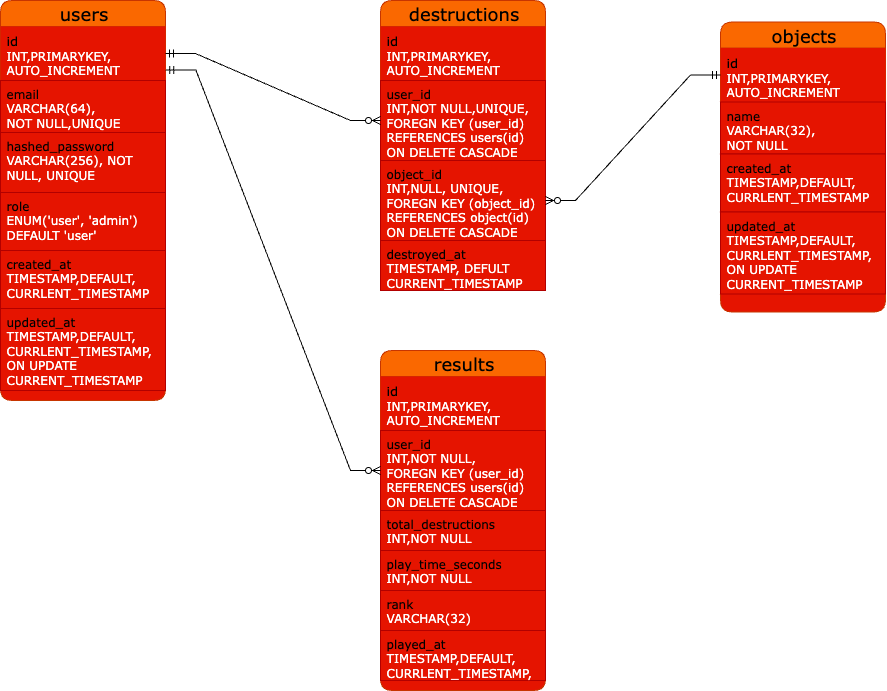
Earlier version of the draw.io export MyApp_ER図.drawio.png (KS-you/MyApp-BanBanSmash). Source tidied: cells renumbered, new cells last; positions are measured from the earlier drawing's top-left corner, leaving out a move shared by most shapes.
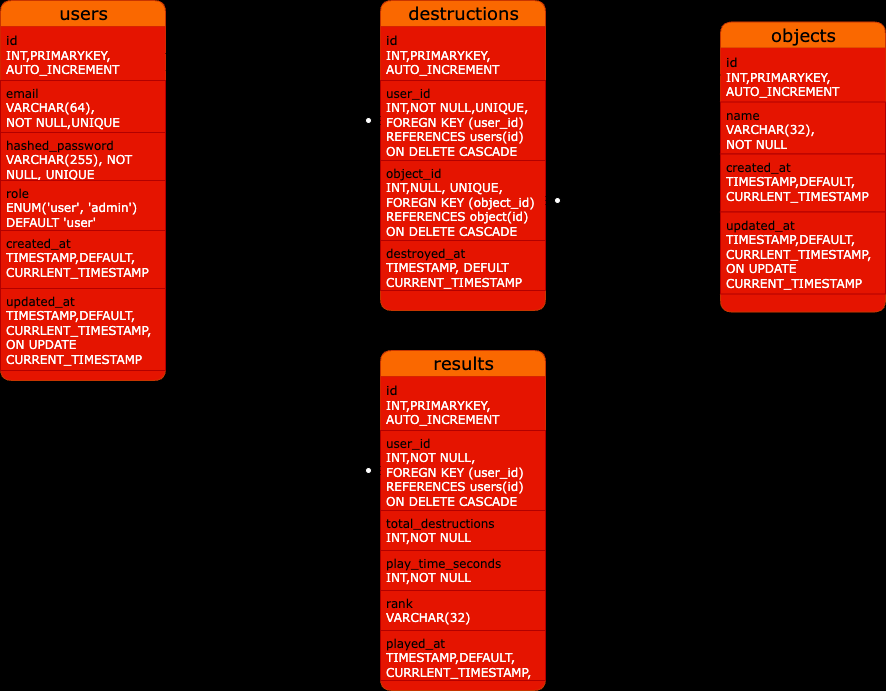
After the change.

Change to the diagram source:
```diff
@@ -3,45 +3,45 @@
     <mxCell id="0" />
     <mxCell id="1" parent="0" />
     <mxCell id="2" value="&lt;font style=&quot;font-size: 18px;&quot;&gt;users&lt;/font&gt;" style="swimlane;html=1;fontStyle=0;horizontal=1;startSize=26;swimlaneFillColor=#E51400;align=center;rounded=1;shadow=0;comic=0;labelBackgroundColor=none;strokeWidth=1;fontFamily=Verdana;fontSize=12;fillColor=light-dark(#FA6800,#1429C9);fontColor=#000000;strokeColor=#C73500;" parent="1" vertex="1">
-      <mxGeometry width="165" height="400" as="geometry" />
+      <mxGeometry width="165" height="380" as="geometry" />
     </mxCell>
-    <mxCell id="3" value="&lt;font style=&quot;font-size: 13px; color: light-dark(rgb(0, 0, 0), rgb(0, 0, 0));&quot;&gt;id　&lt;/font&gt;&lt;div&gt;INT,PRIMARYKEY,&lt;/div&gt;&lt;div&gt;AUTO_INCREMENT&lt;/div&gt;" style="text;html=1;strokeColor=none;fillColor=light-dark(#e51400, #c5c01b);spacingLeft=4;spacingRight=4;whiteSpace=wrap;overflow=hidden;points=[[0,0.5],[1,0.5]];portConstraint=eastwest;rounded=0;labelBackgroundColor=none;fontColor=#ffffff;fontFamily=Verdana;" parent="2" vertex="1">
+    <mxCell id="3" value="&lt;font style=&quot;font-size: 13px; color: light-dark(rgb(0, 0, 0), rgb(0, 0, 0));&quot;&gt;id　&lt;/font&gt;&lt;div&gt;&lt;font color=&quot;#ffffff&quot;&gt;INT,PRIMARYKEY,&lt;/font&gt;&lt;/div&gt;&lt;div&gt;&lt;font color=&quot;#ffffff&quot;&gt;AUTO_INCREMENT&lt;/font&gt;&lt;/div&gt;" style="text;html=1;strokeColor=none;fillColor=light-dark(#e51400, #c5c01b);spacingLeft=4;spacingRight=4;whiteSpace=wrap;overflow=hidden;points=[[0,0.5],[1,0.5]];portConstraint=eastwest;rounded=0;labelBackgroundColor=none;fontColor=#ffffff;fontFamily=Verdana;" parent="2" vertex="1">
       <mxGeometry y="26" width="165" height="54" as="geometry" />
     </mxCell>
-    <mxCell id="4" value="&lt;span style=&quot;background-color: rgb(229, 20, 0);&quot;&gt;&lt;font style=&quot;color: rgb(1, 1, 1);&quot;&gt;email&lt;br&gt;&lt;/font&gt;&lt;/span&gt;VARCHAR(64),&lt;div&gt;NOT NULL,UNIQUE&lt;/div&gt;" style="text;html=1;strokeColor=#B20000;fillColor=#e51400;spacingLeft=4;spacingRight=4;whiteSpace=wrap;overflow=hidden;rounded=0;labelBackgroundColor=none;fontColor=#ffffff;fontFamily=Verdana;" parent="2" vertex="1">
+    <mxCell id="4" value="&lt;span style=&quot;background-color: rgb(229, 20, 0);&quot;&gt;&lt;font style=&quot;color: rgb(1, 1, 1);&quot;&gt;email&lt;br&gt;&lt;/font&gt;&lt;/span&gt;VARCHAR(64),&lt;div&gt;&lt;font color=&quot;#ffffff&quot;&gt;NOT NULL,UNIQUE&lt;/font&gt;&lt;/div&gt;" style="text;html=1;strokeColor=#B20000;fillColor=#e51400;spacingLeft=4;spacingRight=4;whiteSpace=wrap;overflow=hidden;rounded=0;labelBackgroundColor=none;fontColor=#ffffff;fontFamily=Verdana;" parent="2" vertex="1">
       <mxGeometry y="80" width="165" height="52" as="geometry" />
     </mxCell>
-    <mxCell id="5" value="&lt;font style=&quot;color: rgb(1, 1, 1);&quot;&gt;hashed_password&lt;/font&gt;&lt;br&gt;&lt;div&gt;VARCHAR(256), NOT NULL, UNIQUE&lt;/div&gt;" style="text;html=1;strokeColor=#B20000;fillColor=#e51400;spacingLeft=4;spacingRight=4;whiteSpace=wrap;overflow=hidden;rounded=0;labelBackgroundColor=none;fontColor=#ffffff;fontFamily=Verdana;" parent="2" vertex="1">
-      <mxGeometry y="132" width="165" height="60" as="geometry" />
+    <mxCell id="5" value="&lt;font style=&quot;color: rgb(1, 1, 1);&quot;&gt;hashed_password&lt;/font&gt;&lt;br&gt;&lt;div&gt;&lt;font color=&quot;#ffffff&quot;&gt;VARCHAR(255), NOT NULL, UNIQUE&lt;/font&gt;&lt;/div&gt;" style="text;html=1;strokeColor=#B20000;fillColor=#e51400;spacingLeft=4;spacingRight=4;whiteSpace=wrap;overflow=hidden;rounded=0;labelBackgroundColor=none;fontColor=#ffffff;fontFamily=Verdana;" parent="2" vertex="1">
+      <mxGeometry y="132" width="165" height="48" as="geometry" />
     </mxCell>
-    <mxCell id="6" value="&lt;font style=&quot;color: rgb(1, 1, 1);&quot;&gt;role&lt;/font&gt;&amp;nbsp;&lt;div&gt;ENUM('user', 'admin')&lt;/div&gt;&lt;div&gt;DEFAULT 'user'&lt;/div&gt;" style="text;html=1;strokeColor=#B20000;fillColor=#e51400;spacingLeft=4;spacingRight=4;whiteSpace=wrap;overflow=hidden;rounded=0;labelBackgroundColor=none;fontColor=#ffffff;fontFamily=Verdana;" parent="2" vertex="1">
-      <mxGeometry y="192" width="165" height="58" as="geometry" />
+    <mxCell id="6" value="&lt;font style=&quot;color: rgb(1, 1, 1);&quot;&gt;role&lt;/font&gt;&amp;nbsp;&lt;div&gt;&lt;font color=&quot;#ffffff&quot;&gt;ENUM('user', 'admin')&lt;/font&gt;&lt;/div&gt;&lt;div&gt;&lt;font color=&quot;#ffffff&quot;&gt;DEFAULT 'user'&lt;/font&gt;&lt;/div&gt;" style="text;html=1;strokeColor=#B20000;fillColor=#e51400;spacingLeft=4;spacingRight=4;whiteSpace=wrap;overflow=hidden;rounded=0;labelBackgroundColor=none;fontColor=#ffffff;fontFamily=Verdana;" parent="2" vertex="1">
+      <mxGeometry y="180" width="165" height="50" as="geometry" />
     </mxCell>
-    <mxCell id="7" value="&lt;font color=&quot;#010101&quot;&gt;created_at&lt;/font&gt;&lt;br&gt;&lt;div&gt;TIMESTAMP,DEFAULT,&lt;/div&gt;&lt;div&gt;CURRLENT_TIMESTAMP&lt;/div&gt;" style="text;html=1;strokeColor=#B20000;fillColor=#e51400;spacingLeft=4;spacingRight=4;whiteSpace=wrap;overflow=hidden;rounded=0;labelBackgroundColor=none;fontColor=#ffffff;fontFamily=Verdana;" parent="2" vertex="1">
-      <mxGeometry y="250" width="165" height="58" as="geometry" />
+    <mxCell id="7" value="&lt;font color=&quot;#010101&quot;&gt;created_at&lt;/font&gt;&lt;br&gt;&lt;div&gt;&lt;font color=&quot;#ffffff&quot;&gt;TIMESTAMP,DEFAULT,&lt;/font&gt;&lt;/div&gt;&lt;div&gt;&lt;font color=&quot;#ffffff&quot;&gt;CURRLENT_TIMESTAMP&lt;/font&gt;&lt;/div&gt;" style="text;html=1;strokeColor=#B20000;fillColor=#e51400;spacingLeft=4;spacingRight=4;whiteSpace=wrap;overflow=hidden;rounded=0;labelBackgroundColor=none;fontColor=#ffffff;fontFamily=Verdana;" parent="2" vertex="1">
+      <mxGeometry y="230" width="165" height="58" as="geometry" />
     </mxCell>
-    <mxCell id="8" value="&lt;font color=&quot;#010101&quot;&gt;updated_at&lt;/font&gt;&lt;br&gt;&lt;div&gt;TIMESTAMP,DEFAULT,&lt;/div&gt;&lt;div&gt;CURRLENT_TIMESTAMP,&lt;/div&gt;&lt;div&gt;ON UPDATE&lt;/div&gt;&lt;div&gt;CURRENT_TIMESTAMP&lt;/div&gt;" style="text;html=1;strokeColor=#B20000;fillColor=#e51400;spacingLeft=4;spacingRight=4;whiteSpace=wrap;overflow=hidden;rounded=0;labelBackgroundColor=none;fontColor=#ffffff;fontFamily=Verdana;" parent="2" vertex="1">
-      <mxGeometry y="308" width="165" height="82" as="geometry" />
+    <mxCell id="8" value="&lt;font color=&quot;#010101&quot;&gt;updated_at&lt;/font&gt;&lt;br&gt;&lt;div&gt;&lt;font color=&quot;#ffffff&quot;&gt;TIMESTAMP,DEFAULT,&lt;/font&gt;&lt;/div&gt;&lt;div&gt;&lt;font color=&quot;#ffffff&quot;&gt;CURRLENT_TIMESTAMP,&lt;/font&gt;&lt;/div&gt;&lt;div&gt;&lt;font color=&quot;#ffffff&quot;&gt;ON UPDATE&lt;/font&gt;&lt;/div&gt;&lt;div&gt;&lt;font color=&quot;#ffffff&quot;&gt;CURRENT_TIMESTAMP&lt;/font&gt;&lt;/div&gt;" style="text;html=1;strokeColor=#B20000;fillColor=#e51400;spacingLeft=4;spacingRight=4;whiteSpace=wrap;overflow=hidden;rounded=0;labelBackgroundColor=none;fontColor=#ffffff;fontFamily=Verdana;" parent="2" vertex="1">
+      <mxGeometry y="288" width="165" height="82" as="geometry" />
     </mxCell>
     <mxCell id="9" value="&lt;font style=&quot;font-size: 18px;&quot;&gt;objects&lt;/font&gt;" style="swimlane;html=1;fontStyle=0;horizontal=1;startSize=26;swimlaneFillColor=#E51400;align=center;rounded=1;shadow=0;comic=0;labelBackgroundColor=none;strokeWidth=1;fontFamily=Verdana;fontSize=12;fillColor=light-dark(#FA6800,#1429C9);fontColor=#000000;strokeColor=#C73500;" parent="1" vertex="1">
       <mxGeometry x="720" y="21.5" width="165" height="290" as="geometry" />
     </mxCell>
-    <mxCell id="10" value="&lt;font style=&quot;font-size: 13px; color: light-dark(rgb(0, 0, 0), rgb(0, 0, 0));&quot;&gt;id　&lt;/font&gt;&lt;div&gt;INT,PRIMARYKEY,&lt;/div&gt;&lt;div&gt;AUTO_INCREMENT&lt;/div&gt;" style="text;html=1;strokeColor=none;fillColor=light-dark(#e51400, #c5c01b);spacingLeft=4;spacingRight=4;whiteSpace=wrap;overflow=hidden;points=[[0,0.5],[1,0.5]];portConstraint=eastwest;rounded=0;labelBackgroundColor=none;fontColor=#ffffff;fontFamily=Verdana;" parent="9" vertex="1">
+    <mxCell id="10" value="&lt;font style=&quot;font-size: 13px; color: light-dark(rgb(0, 0, 0), rgb(0, 0, 0));&quot;&gt;id　&lt;/font&gt;&lt;div&gt;&lt;font color=&quot;#ffffff&quot;&gt;INT,PRIMARYKEY,&lt;/font&gt;&lt;/div&gt;&lt;div&gt;&lt;font color=&quot;#ffffff&quot;&gt;AUTO_INCREMENT&lt;/font&gt;&lt;/div&gt;" style="text;html=1;strokeColor=none;fillColor=light-dark(#e51400, #c5c01b);spacingLeft=4;spacingRight=4;whiteSpace=wrap;overflow=hidden;points=[[0,0.5],[1,0.5]];portConstraint=eastwest;rounded=0;labelBackgroundColor=none;fontColor=#ffffff;fontFamily=Verdana;" parent="9" vertex="1">
       <mxGeometry y="26" width="165" height="54" as="geometry" />
     </mxCell>
     <mxCell id="11" value="&lt;font color=&quot;#010101&quot;&gt;&lt;span style=&quot;background-color: rgb(229, 20, 0);&quot;&gt;name&lt;/span&gt;&lt;/font&gt;&lt;div&gt;&lt;span style=&quot;background-color: rgb(229, 20, 0);&quot;&gt;&lt;font style=&quot;color: rgb(255, 255, 255);&quot;&gt;VARCHAR(32),&lt;/font&gt;&lt;/span&gt;&lt;/div&gt;&lt;div&gt;&lt;span style=&quot;background-color: rgb(229, 20, 0);&quot;&gt;&lt;font style=&quot;color: rgb(255, 255, 255);&quot;&gt;NOT NULL&lt;/font&gt;&lt;/span&gt;&lt;/div&gt;" style="text;html=1;strokeColor=#B20000;fillColor=#e51400;spacingLeft=4;spacingRight=4;whiteSpace=wrap;overflow=hidden;rounded=0;labelBackgroundColor=none;fontColor=#ffffff;fontFamily=Verdana;" parent="9" vertex="1">
       <mxGeometry y="80" width="165" height="52" as="geometry" />
     </mxCell>
-    <mxCell id="12" value="&lt;font color=&quot;#010101&quot;&gt;created_at&lt;/font&gt;&lt;br&gt;&lt;div&gt;TIMESTAMP,DEFAULT,&lt;/div&gt;&lt;div&gt;CURRLENT_TIMESTAMP&lt;/div&gt;" style="text;html=1;strokeColor=#B20000;fillColor=#e51400;spacingLeft=4;spacingRight=4;whiteSpace=wrap;overflow=hidden;rounded=0;labelBackgroundColor=none;fontColor=#ffffff;fontFamily=Verdana;" parent="9" vertex="1">
+    <mxCell id="12" value="&lt;font color=&quot;#010101&quot;&gt;created_at&lt;/font&gt;&lt;br&gt;&lt;div&gt;&lt;font color=&quot;#ffffff&quot;&gt;TIMESTAMP,DEFAULT,&lt;/font&gt;&lt;/div&gt;&lt;div&gt;&lt;font color=&quot;#ffffff&quot;&gt;CURRLENT_TIMESTAMP&lt;/font&gt;&lt;/div&gt;" style="text;html=1;strokeColor=#B20000;fillColor=#e51400;spacingLeft=4;spacingRight=4;whiteSpace=wrap;overflow=hidden;rounded=0;labelBackgroundColor=none;fontColor=#ffffff;fontFamily=Verdana;" parent="9" vertex="1">
       <mxGeometry y="132" width="165" height="58" as="geometry" />
     </mxCell>
-    <mxCell id="13" value="&lt;font color=&quot;#010101&quot;&gt;updated_at&lt;/font&gt;&lt;br&gt;&lt;div&gt;TIMESTAMP,DEFAULT,&lt;/div&gt;&lt;div&gt;CURRLENT_TIMESTAMP,&lt;/div&gt;&lt;div&gt;ON UPDATE&lt;/div&gt;&lt;div&gt;CURRENT_TIMESTAMP&lt;/div&gt;" style="text;html=1;strokeColor=#B20000;fillColor=#e51400;spacingLeft=4;spacingRight=4;whiteSpace=wrap;overflow=hidden;rounded=0;labelBackgroundColor=none;fontColor=#ffffff;fontFamily=Verdana;" parent="9" vertex="1">
+    <mxCell id="13" value="&lt;font color=&quot;#010101&quot;&gt;updated_at&lt;/font&gt;&lt;br&gt;&lt;div&gt;&lt;font color=&quot;#ffffff&quot;&gt;TIMESTAMP,DEFAULT,&lt;/font&gt;&lt;/div&gt;&lt;div&gt;&lt;font color=&quot;#ffffff&quot;&gt;CURRLENT_TIMESTAMP,&lt;/font&gt;&lt;/div&gt;&lt;div&gt;&lt;font color=&quot;#ffffff&quot;&gt;ON UPDATE&lt;/font&gt;&lt;/div&gt;&lt;div&gt;&lt;font color=&quot;#ffffff&quot;&gt;CURRENT_TIMESTAMP&lt;/font&gt;&lt;/div&gt;" style="text;html=1;strokeColor=#B20000;fillColor=#e51400;spacingLeft=4;spacingRight=4;whiteSpace=wrap;overflow=hidden;rounded=0;labelBackgroundColor=none;fontColor=#ffffff;fontFamily=Verdana;" parent="9" vertex="1">
       <mxGeometry y="190" width="165" height="82" as="geometry" />
     </mxCell>
     <mxCell id="14" value="&lt;span style=&quot;font-size: 18px;&quot;&gt;destructions&lt;/span&gt;" style="swimlane;html=1;fontStyle=0;horizontal=1;startSize=26;swimlaneFillColor=#E51400;align=center;rounded=1;shadow=0;comic=0;labelBackgroundColor=none;strokeWidth=1;fontFamily=Verdana;fontSize=12;fillColor=light-dark(#FA6800,#1429C9);fontColor=#000000;strokeColor=#C73500;" parent="1" vertex="1">
-      <mxGeometry x="380" width="165" height="290" as="geometry" />
+      <mxGeometry x="380" width="165" height="310" as="geometry" />
     </mxCell>
-    <mxCell id="15" value="&lt;font style=&quot;font-size: 13px; color: light-dark(rgb(0, 0, 0), rgb(0, 0, 0));&quot;&gt;id　&lt;/font&gt;&lt;div&gt;INT,PRIMARYKEY,&lt;/div&gt;&lt;div&gt;AUTO_INCREMENT&lt;/div&gt;" style="text;html=1;strokeColor=none;fillColor=light-dark(#e51400, #c5c01b);spacingLeft=4;spacingRight=4;whiteSpace=wrap;overflow=hidden;rounded=0;labelBackgroundColor=none;fontColor=#ffffff;fontFamily=Verdana;" parent="14" vertex="1">
+    <mxCell id="15" value="&lt;font style=&quot;font-size: 13px; color: light-dark(rgb(0, 0, 0), rgb(0, 0, 0));&quot;&gt;id　&lt;/font&gt;&lt;div&gt;&lt;font color=&quot;#ffffff&quot;&gt;INT,PRIMARYKEY,&lt;/font&gt;&lt;/div&gt;&lt;div&gt;&lt;font color=&quot;#ffffff&quot;&gt;AUTO_INCREMENT&lt;/font&gt;&lt;/div&gt;" style="text;html=1;strokeColor=none;fillColor=light-dark(#e51400, #c5c01b);spacingLeft=4;spacingRight=4;whiteSpace=wrap;overflow=hidden;rounded=0;labelBackgroundColor=none;fontColor=#ffffff;fontFamily=Verdana;" parent="14" vertex="1">
       <mxGeometry y="26" width="165" height="54" as="geometry" />
     </mxCell>
     <mxCell id="16" value="&lt;span style=&quot;background-color: rgb(229, 20, 0);&quot;&gt;&lt;font style=&quot;color: rgb(1, 1, 1);&quot;&gt;user_id&lt;br&gt;&lt;/font&gt;&lt;/span&gt;&lt;span style=&quot;background-color: transparent; color: light-dark(rgb(255, 255, 255), rgb(18, 18, 18));&quot;&gt;INT,NOT NULL,UNIQUE,&lt;/span&gt;&lt;div&gt;&lt;div&gt;&lt;span style=&quot;background-color: transparent;&quot;&gt;&lt;font style=&quot;color: rgb(255, 255, 255);&quot;&gt;FOREGN KEY (user_id)&lt;/font&gt;&lt;/span&gt;&lt;/div&gt;&lt;div&gt;&lt;span style=&quot;background-color: transparent;&quot;&gt;&lt;font style=&quot;color: rgb(255, 255, 255);&quot;&gt;REFERENCES users(id)&lt;/font&gt;&lt;/span&gt;&lt;/div&gt;&lt;div&gt;&lt;span style=&quot;background-color: transparent;&quot;&gt;&lt;font style=&quot;color: rgb(255, 255, 255);&quot;&gt;ON DELETE CASCADE&lt;/font&gt;&lt;/span&gt;&lt;/div&gt;&lt;/div&gt;" style="text;html=1;strokeColor=#B20000;fillColor=#e51400;spacingLeft=4;spacingRight=4;whiteSpace=wrap;overflow=hidden;points=[[0,0.5],[1,0.5]];portConstraint=eastwest;rounded=0;labelBackgroundColor=none;fontColor=#ffffff;fontFamily=Verdana;" parent="14" vertex="1">
@@ -50,28 +50,28 @@
     <mxCell id="17" value="&lt;font color=&quot;#010101&quot;&gt;object_id&lt;/font&gt;&lt;br&gt;&lt;div&gt;I&lt;font style=&quot;color: rgb(255, 255, 255);&quot;&gt;NT,NULL, UNIQUE,&lt;br&gt;&lt;/font&gt;&lt;div&gt;&lt;font style=&quot;color: rgb(255, 255, 255);&quot;&gt;FOREGN KEY (object_id)&lt;/font&gt;&lt;/div&gt;&lt;div&gt;&lt;font style=&quot;color: rgb(255, 255, 255);&quot;&gt;REFERENCES object(id)&lt;/font&gt;&lt;/div&gt;&lt;div&gt;&lt;font style=&quot;color: rgb(255, 255, 255);&quot;&gt;ON DELETE CASCADE&lt;/font&gt;&lt;/div&gt;&lt;/div&gt;" style="text;html=1;strokeColor=#B20000;fillColor=#e51400;spacingLeft=4;spacingRight=4;whiteSpace=wrap;overflow=hidden;points=[[0,0.5],[1,0.5]];portConstraint=eastwest;rounded=0;labelBackgroundColor=none;fontColor=#ffffff;fontFamily=Verdana;" parent="14" vertex="1">
       <mxGeometry y="160" width="165" height="80" as="geometry" />
     </mxCell>
-    <mxCell id="18" value="&lt;font color=&quot;#010101&quot;&gt;destroyed_at&lt;/font&gt;&amp;nbsp;&lt;div&gt;TIMESTAMP, DEFULT CURRENT_TIMESTAMP&lt;/div&gt;" style="text;html=1;strokeColor=#B20000;fillColor=#e51400;spacingLeft=4;spacingRight=4;whiteSpace=wrap;overflow=hidden;rounded=0;labelBackgroundColor=none;fontColor=#ffffff;fontFamily=Verdana;" parent="14" vertex="1">
+    <mxCell id="18" value="&lt;font color=&quot;#010101&quot;&gt;destroyed_at&lt;/font&gt;&amp;nbsp;&lt;div&gt;&lt;font color=&quot;#ffffff&quot;&gt;TIMESTAMP, DEFULT CURRENT_TIMESTAMP&lt;/font&gt;&lt;/div&gt;" style="text;html=1;strokeColor=#B20000;fillColor=#e51400;spacingLeft=4;spacingRight=4;whiteSpace=wrap;overflow=hidden;rounded=0;labelBackgroundColor=none;fontColor=#ffffff;fontFamily=Verdana;" parent="14" vertex="1">
       <mxGeometry y="240" width="165" height="50" as="geometry" />
     </mxCell>
     <mxCell id="19" value="&lt;span style=&quot;font-size: 18px;&quot;&gt;results&lt;/span&gt;" style="swimlane;html=1;fontStyle=0;horizontal=1;startSize=26;swimlaneFillColor=#E51400;align=center;rounded=1;shadow=0;comic=0;labelBackgroundColor=none;strokeWidth=1;fontFamily=Verdana;fontSize=12;fillColor=light-dark(#FA6800,#1429C9);fontColor=#000000;strokeColor=#C73500;" parent="1" vertex="1">
       <mxGeometry x="380" y="350" width="165" height="340" as="geometry" />
     </mxCell>
-    <mxCell id="20" value="&lt;font style=&quot;font-size: 13px; color: light-dark(rgb(0, 0, 0), rgb(0, 0, 0));&quot;&gt;id　&lt;/font&gt;&lt;div&gt;INT,PRIMARYKEY,&lt;/div&gt;&lt;div&gt;AUTO_INCREMENT&lt;/div&gt;" style="text;html=1;strokeColor=none;fillColor=light-dark(#e51400, #c5c01b);spacingLeft=4;spacingRight=4;whiteSpace=wrap;overflow=hidden;rounded=0;labelBackgroundColor=none;fontColor=#ffffff;fontFamily=Verdana;" parent="19" vertex="1">
+    <mxCell id="20" value="&lt;font style=&quot;font-size: 13px; color: light-dark(rgb(0, 0, 0), rgb(0, 0, 0));&quot;&gt;id　&lt;/font&gt;&lt;div&gt;&lt;font color=&quot;#ffffff&quot;&gt;INT,PRIMARYKEY,&lt;/font&gt;&lt;/div&gt;&lt;div&gt;&lt;font color=&quot;#ffffff&quot;&gt;AUTO_INCREMENT&lt;/font&gt;&lt;/div&gt;" style="text;html=1;strokeColor=none;fillColor=light-dark(#e51400, #c5c01b);spacingLeft=4;spacingRight=4;whiteSpace=wrap;overflow=hidden;rounded=0;labelBackgroundColor=none;fontColor=#ffffff;fontFamily=Verdana;" parent="19" vertex="1">
       <mxGeometry y="26" width="165" height="54" as="geometry" />
     </mxCell>
     <mxCell id="21" value="&lt;span style=&quot;background-color: rgb(229, 20, 0);&quot;&gt;&lt;font style=&quot;color: rgb(1, 1, 1);&quot;&gt;user_id&lt;br&gt;&lt;/font&gt;&lt;/span&gt;&lt;font style=&quot;color: rgb(255, 255, 255);&quot;&gt;INT,NOT NULL,&lt;/font&gt;&lt;div&gt;&lt;span style=&quot;background-color: transparent;&quot;&gt;&lt;font style=&quot;color: rgb(255, 255, 255);&quot;&gt;FOREGN KEY (user_id)&lt;/font&gt;&lt;/span&gt;&lt;div&gt;&lt;span style=&quot;background-color: transparent;&quot;&gt;&lt;font style=&quot;color: rgb(255, 255, 255);&quot;&gt;REFERENCES users(id)&lt;/font&gt;&lt;/span&gt;&lt;/div&gt;&lt;div&gt;&lt;span style=&quot;background-color: transparent;&quot;&gt;&lt;font style=&quot;color: rgb(255, 255, 255);&quot;&gt;ON DELETE CASCADE&lt;/font&gt;&lt;/span&gt;&lt;/div&gt;&lt;/div&gt;" style="text;html=1;strokeColor=#B20000;fillColor=#e51400;spacingLeft=4;spacingRight=4;whiteSpace=wrap;overflow=hidden;points=[[0,0.5],[1,0.5]];portConstraint=eastwest;rounded=0;labelBackgroundColor=none;fontColor=#ffffff;fontFamily=Verdana;" parent="19" vertex="1">
       <mxGeometry y="80" width="165" height="80" as="geometry" />
     </mxCell>
-    <mxCell id="22" value="&lt;font color=&quot;#010101&quot;&gt;total_destructions&lt;/font&gt;&lt;br&gt;&lt;div&gt;INT,NOT NULL&lt;/div&gt;" style="text;html=1;strokeColor=#B20000;fillColor=#e51400;spacingLeft=4;spacingRight=4;whiteSpace=wrap;overflow=hidden;rounded=0;labelBackgroundColor=none;fontColor=#ffffff;fontFamily=Verdana;" parent="19" vertex="1">
+    <mxCell id="22" value="&lt;font color=&quot;#010101&quot;&gt;total_destructions&lt;/font&gt;&lt;br&gt;&lt;div&gt;&lt;font color=&quot;#ffffff&quot;&gt;INT,NOT NULL&lt;/font&gt;&lt;/div&gt;" style="text;html=1;strokeColor=#B20000;fillColor=#e51400;spacingLeft=4;spacingRight=4;whiteSpace=wrap;overflow=hidden;rounded=0;labelBackgroundColor=none;fontColor=#ffffff;fontFamily=Verdana;" parent="19" vertex="1">
       <mxGeometry y="160" width="165" height="40" as="geometry" />
     </mxCell>
-    <mxCell id="23" value="&lt;font color=&quot;#010101&quot;&gt;play_time_seconds&lt;/font&gt;&lt;br&gt;&lt;div&gt;INT,NOT NULL&lt;/div&gt;" style="text;html=1;strokeColor=#B20000;fillColor=#e51400;spacingLeft=4;spacingRight=4;whiteSpace=wrap;overflow=hidden;rounded=0;labelBackgroundColor=none;fontColor=#ffffff;fontFamily=Verdana;" parent="19" vertex="1">
+    <mxCell id="23" value="&lt;font color=&quot;#010101&quot;&gt;play_time_seconds&lt;/font&gt;&lt;br&gt;&lt;div&gt;&lt;font color=&quot;#ffffff&quot;&gt;INT,NOT NULL&lt;/font&gt;&lt;/div&gt;" style="text;html=1;strokeColor=#B20000;fillColor=#e51400;spacingLeft=4;spacingRight=4;whiteSpace=wrap;overflow=hidden;rounded=0;labelBackgroundColor=none;fontColor=#ffffff;fontFamily=Verdana;" parent="19" vertex="1">
       <mxGeometry y="200" width="165" height="40" as="geometry" />
     </mxCell>
-    <mxCell id="24" value="&lt;font color=&quot;#010101&quot;&gt;rank&lt;/font&gt;&lt;br&gt;&lt;div&gt;VARCHAR(32)&lt;/div&gt;" style="text;html=1;strokeColor=#B20000;fillColor=#e51400;spacingLeft=4;spacingRight=4;whiteSpace=wrap;overflow=hidden;rounded=0;labelBackgroundColor=none;fontColor=#ffffff;fontFamily=Verdana;" parent="19" vertex="1">
+    <mxCell id="24" value="&lt;font color=&quot;#010101&quot;&gt;rank&lt;/font&gt;&lt;br&gt;&lt;div&gt;&lt;font color=&quot;#ffffff&quot;&gt;VARCHAR(32)&lt;/font&gt;&lt;/div&gt;" style="text;html=1;strokeColor=#B20000;fillColor=#e51400;spacingLeft=4;spacingRight=4;whiteSpace=wrap;overflow=hidden;rounded=0;labelBackgroundColor=none;fontColor=#ffffff;fontFamily=Verdana;" parent="19" vertex="1">
       <mxGeometry y="240" width="165" height="40" as="geometry" />
     </mxCell>
-    <mxCell id="25" value="&lt;font color=&quot;#010101&quot;&gt;played_at&lt;/font&gt;&lt;br&gt;&lt;div&gt;TIMESTAMP,DEFAULT,&lt;/div&gt;&lt;div&gt;CURRLENT_TIMESTAMP,&lt;/div&gt;" style="text;html=1;strokeColor=#B20000;fillColor=#e51400;spacingLeft=4;spacingRight=4;whiteSpace=wrap;overflow=hidden;rounded=0;labelBackgroundColor=none;fontColor=#ffffff;fontFamily=Verdana;" parent="19" vertex="1">
+    <mxCell id="25" value="&lt;font color=&quot;#010101&quot;&gt;played_at&lt;/font&gt;&lt;br&gt;&lt;div&gt;&lt;font color=&quot;#ffffff&quot;&gt;TIMESTAMP,DEFAULT,&lt;/font&gt;&lt;/div&gt;&lt;div&gt;&lt;font color=&quot;#ffffff&quot;&gt;CURRLENT_TIMESTAMP,&lt;/font&gt;&lt;/div&gt;" style="text;html=1;strokeColor=#B20000;fillColor=#e51400;spacingLeft=4;spacingRight=4;whiteSpace=wrap;overflow=hidden;rounded=0;labelBackgroundColor=none;fontColor=#ffffff;fontFamily=Verdana;" parent="19" vertex="1">
       <mxGeometry y="280" width="165" height="50" as="geometry" />
     </mxCell>
     <mxCell id="26" style="edgeStyle=entityRelationEdgeStyle;fontSize=12;html=1;endArrow=ERzeroToMany;startArrow=ERmandOne;rounded=0;entryX=0;entryY=0.5;entryDx=0;entryDy=0;exitX=1;exitY=0.5;exitDx=0;exitDy=0;" parent="1" edge="1" source="3" target="16">
```
